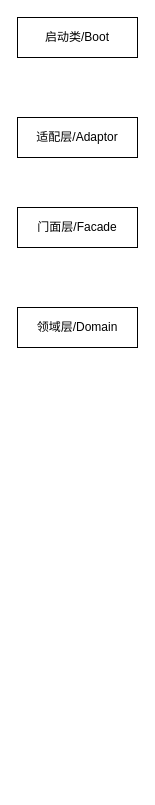
Above: 测试1.drawio in SuperKooli/demo (draw.io), before the change. Source tidied: cells renumbered, new cells numbered last; positions are measured from the earlier drawing's top-left corner, leaving out a move shared by most shapes. Both pictures are drawn from the tidied source at 100%, with x=0, y=0 at pixel (17, 17).
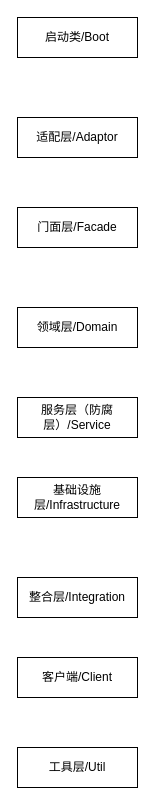
Above is the later version.

Change to the diagram source:
```diff
@@
 <mxGraphModel>
   <root>
     <mxCell id="0" />
     <mxCell id="1" parent="0" />
     <mxCell id="2" value="适配层/Adaptor" style="rounded=0;whiteSpace=wrap;html=1;" parent="1" vertex="1">
       <mxGeometry y="100" width="120" height="40" as="geometry" />
     </mxCell>
     <mxCell id="3" value="门面层/Facade" style="rounded=0;whiteSpace=wrap;html=1;" parent="1" vertex="1">
       <mxGeometry y="190" width="120" height="40" as="geometry" />
     </mxCell>
     <mxCell id="4" value="启动类/Boot" style="rounded=0;whiteSpace=wrap;html=1;" parent="1" vertex="1">
       <mxGeometry width="120" height="40" as="geometry" />
     </mxCell>
     <mxCell id="5" value="领域层/Domain" style="rounded=0;whiteSpace=wrap;html=1;" parent="1" vertex="1">
       <mxGeometry y="290" width="120" height="40" as="geometry" />
     </mxCell>
+    <mxCell id="6" value="服务层（防腐层）/Service" style="rounded=0;whiteSpace=wrap;html=1;" parent="1" vertex="1">
+      <mxGeometry y="380" width="120" height="40" as="geometry" />
+    </mxCell>
+    <mxCell id="7" value="基础设施层/Infrastructure" style="rounded=0;whiteSpace=wrap;html=1;" parent="1" vertex="1">
+      <mxGeometry y="460" width="120" height="40" as="geometry" />
+    </mxCell>
+    <mxCell id="8" value="整合层/Integration" style="rounded=0;whiteSpace=wrap;html=1;" parent="1" vertex="1">
+      <mxGeometry y="560" width="120" height="40" as="geometry" />
+    </mxCell>
+    <mxCell id="9" value="客户端/Client" style="rounded=0;whiteSpace=wrap;html=1;" parent="1" vertex="1">
+      <mxGeometry y="640" width="120" height="40" as="geometry" />
+    </mxCell>
+    <mxCell id="10" value="工具层/Util" style="rounded=0;whiteSpace=wrap;html=1;" parent="1" vertex="1">
+      <mxGeometry y="730" width="120" height="40" as="geometry" />
+    </mxCell>
   </root>
 </mxGraphModel>
```
